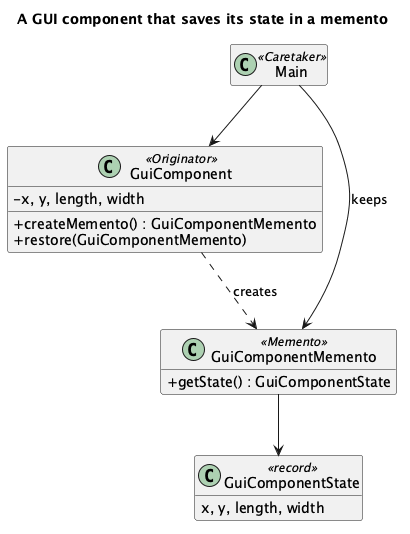
This is src/main/java/dev/kaldiroglu/dp/behavioral/memento/gui/uml/Memento - GUI - Class Diagram.png from kaldiroglu/DesignPatternsWithJava, a PlantUML export, as it was before one commit. The source it was exported from:
```plantuml
@startuml
skinparam classAttributeIconSize 0
hide empty members
title A GUI component that saves its state in a memento
class GuiComponent <<Originator>> {
  - x, y, length, width
  + createMemento() : GuiComponentMemento
  + restore(GuiComponentMemento)
}
class GuiComponentMemento <<Memento>> {
  + getState() : GuiComponentState
}
class GuiComponentState <<record>> {
  x, y, length, width
}
class Main <<Caretaker>>
Main --> GuiComponentMemento : keeps
Main --> GuiComponent
GuiComponent ..> GuiComponentMemento : creates
GuiComponentMemento --> GuiComponentState
@enduml
```
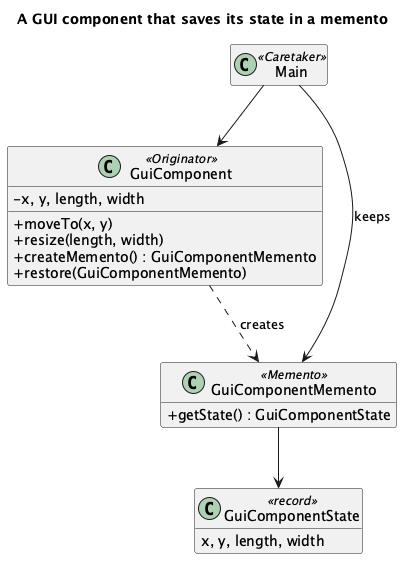
Above is the later version.

Commit message:
Memento: the window has no setters (moveTo, resize); known-uses tests for serialization and shallow records

What changed in the source:
```diff
@@ -1,9 +1,11 @@
-@startuml
+@startuml "Memento - GUI - Class Diagram"
 skinparam classAttributeIconSize 0
 hide empty members
 title A GUI component that saves its state in a memento
 class GuiComponent <<Originator>> {
   - x, y, length, width
+  + moveTo(x, y)
+  + resize(length, width)
   + createMemento() : GuiComponentMemento
   + restore(GuiComponentMemento)
 }
```
